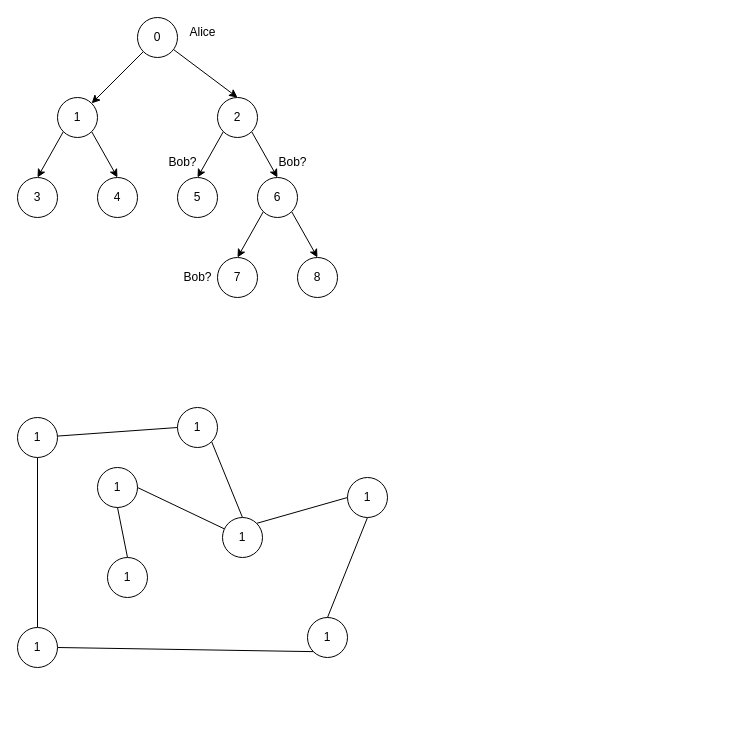
Before: leetcode/graph.drawio in Igorok/algorithms-js, a draw.io diagram. Source tidied: cells renumbered, new cells numbered last; positions are measured from the earlier drawing's top-left corner, leaving out a move shared by most shapes. Both pictures are drawn from the tidied source at 100%, with x=0, y=0 at pixel (17, 17).
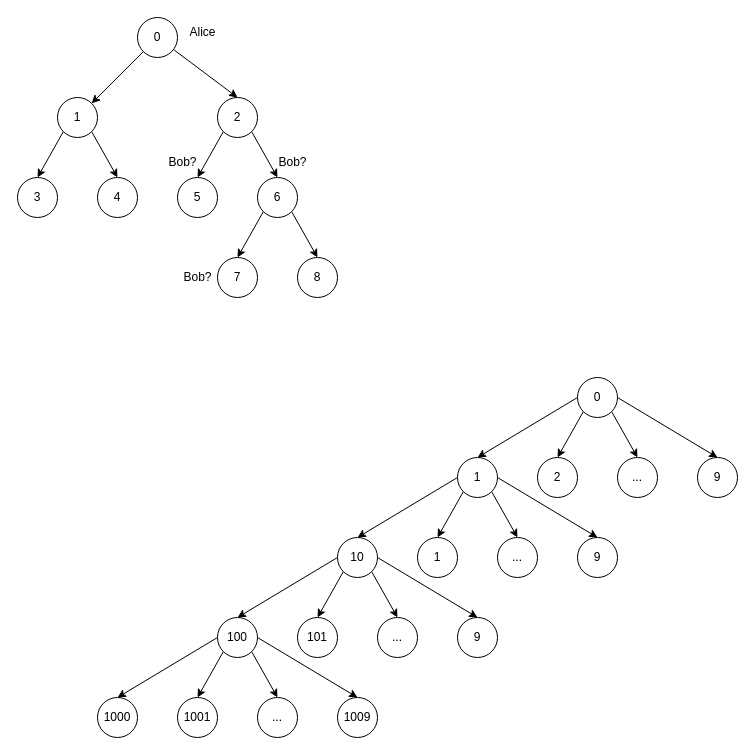
The same page after the edit.

Diff of the diagram source:
```diff
@@
-    <mxCell id="23" style="edgeStyle=none;html=1;entryX=0;entryY=0.5;entryDx=0;entryDy=0;endArrow=none;endFill=0;" parent="1" edge="1" source="25" target="28">
-      <mxGeometry relative="1" as="geometry" />
-    </mxCell>
-    <mxCell id="24" style="edgeStyle=none;html=1;exitX=0.5;exitY=1;exitDx=0;exitDy=0;entryX=0.5;entryY=0;entryDx=0;entryDy=0;endArrow=none;endFill=0;" parent="1" edge="1" source="25" target="30">
-      <mxGeometry relative="1" as="geometry" />
-    </mxCell>
-    <mxCell id="25" value="1" style="ellipse;whiteSpace=wrap;html=1;" parent="1" vertex="1">
-      <mxGeometry y="400" width="40" height="40" as="geometry" />
-    </mxCell>
-    <mxCell id="26" value="1" style="ellipse;whiteSpace=wrap;html=1;" parent="1" vertex="1">
-      <mxGeometry x="80" y="450" width="40" height="40" as="geometry" />
-    </mxCell>
-    <mxCell id="27" style="edgeStyle=none;html=1;exitX=1;exitY=1;exitDx=0;exitDy=0;entryX=0.5;entryY=0;entryDx=0;entryDy=0;endArrow=none;endFill=0;" parent="1" edge="1" source="28" target="33">
-      <mxGeometry relative="1" as="geometry" />
-    </mxCell>
-    <mxCell id="28" value="1" style="ellipse;whiteSpace=wrap;html=1;" parent="1" vertex="1">
-      <mxGeometry x="160" y="390" width="40" height="40" as="geometry" />
-    </mxCell>
+    <mxCell id="39" style="edgeStyle=none;html=1;exitX=0;exitY=0.5;exitDx=0;exitDy=0;entryX=0.5;entryY=0;entryDx=0;entryDy=0;" parent="1" edge="1" source="29">
+      <mxGeometry relative="1" as="geometry">
+        <mxPoint x="460" y="440" as="targetPoint" />
+      </mxGeometry>
+    </mxCell>
+    <mxCell id="40" style="edgeStyle=none;html=1;exitX=0;exitY=1;exitDx=0;exitDy=0;entryX=0.5;entryY=0;entryDx=0;entryDy=0;" parent="1" edge="1" source="29" target="43">
+      <mxGeometry relative="1" as="geometry" />
+    </mxCell>
+    <mxCell id="41" style="edgeStyle=none;html=1;exitX=1;exitY=1;exitDx=0;exitDy=0;entryX=0.5;entryY=0;entryDx=0;entryDy=0;" parent="1" edge="1" source="29" target="44">
+      <mxGeometry relative="1" as="geometry" />
+    </mxCell>
+    <mxCell id="42" style="edgeStyle=none;html=1;entryX=0.5;entryY=0;entryDx=0;entryDy=0;exitX=1;exitY=0.5;exitDx=0;exitDy=0;" parent="1" edge="1" source="29" target="45">
+      <mxGeometry relative="1" as="geometry" />
+    </mxCell>
-    <mxCell id="29" style="edgeStyle=none;html=1;exitX=1;exitY=0.5;exitDx=0;exitDy=0;entryX=0;entryY=1;entryDx=0;entryDy=0;endArrow=none;endFill=0;" parent="1" edge="1" source="30" target="36">
-      <mxGeometry relative="1" as="geometry" />
+    <mxCell id="29" value="0" style="ellipse;whiteSpace=wrap;html=1;" parent="1" vertex="1">
+      <mxGeometry x="560" y="360" width="40" height="40" as="geometry" />
     </mxCell>
-    <mxCell id="30" value="1" style="ellipse;whiteSpace=wrap;html=1;" parent="1" vertex="1">
-      <mxGeometry y="610" width="40" height="40" as="geometry" />
-    </mxCell>
-    <mxCell id="31" style="edgeStyle=none;html=1;entryX=1;entryY=0.5;entryDx=0;entryDy=0;endArrow=none;endFill=0;" parent="1" edge="1" source="33" target="26">
-      <mxGeometry relative="1" as="geometry" />
-    </mxCell>
-    <mxCell id="32" style="edgeStyle=none;html=1;exitX=1;exitY=0;exitDx=0;exitDy=0;entryX=0;entryY=0.5;entryDx=0;entryDy=0;endArrow=none;endFill=0;" parent="1" edge="1" source="33" target="38">
-      <mxGeometry relative="1" as="geometry" />
-    </mxCell>
-    <mxCell id="33" value="1" style="ellipse;whiteSpace=wrap;html=1;" parent="1" vertex="1">
-      <mxGeometry x="205" y="500" width="40" height="40" as="geometry" />
-    </mxCell>
-    <mxCell id="34" style="edgeStyle=none;html=1;exitX=0.5;exitY=0;exitDx=0;exitDy=0;entryX=0.5;entryY=1;entryDx=0;entryDy=0;endArrow=none;endFill=0;" parent="1" edge="1" source="35" target="26">
-      <mxGeometry relative="1" as="geometry" />
-    </mxCell>
-    <mxCell id="35" value="1" style="ellipse;whiteSpace=wrap;html=1;" parent="1" vertex="1">
-      <mxGeometry x="90" y="540" width="40" height="40" as="geometry" />
-    </mxCell>
-    <mxCell id="36" value="1" style="ellipse;whiteSpace=wrap;html=1;" parent="1" vertex="1">
-      <mxGeometry x="290" y="600" width="40" height="40" as="geometry" />
-    </mxCell>
-    <mxCell id="37" style="edgeStyle=none;html=1;exitX=0.5;exitY=1;exitDx=0;exitDy=0;entryX=0.5;entryY=0;entryDx=0;entryDy=0;endArrow=none;endFill=0;" parent="1" edge="1" source="38" target="36">
-      <mxGeometry relative="1" as="geometry" />
-    </mxCell>
-    <mxCell id="38" value="1" style="ellipse;whiteSpace=wrap;html=1;" parent="1" vertex="1">
-      <mxGeometry x="330" y="460" width="40" height="40" as="geometry" />
-    </mxCell>
+    <mxCell id="43" value="2" style="ellipse;whiteSpace=wrap;html=1;" parent="1" vertex="1">
+      <mxGeometry x="520" y="440" width="40" height="40" as="geometry" />
+    </mxCell>
+    <mxCell id="44" value="..." style="ellipse;whiteSpace=wrap;html=1;" parent="1" vertex="1">
+      <mxGeometry x="600" y="440" width="40" height="40" as="geometry" />
+    </mxCell>
+    <mxCell id="45" value="9" style="ellipse;whiteSpace=wrap;html=1;" parent="1" vertex="1">
+      <mxGeometry x="680" y="440" width="40" height="40" as="geometry" />
+    </mxCell>
+    <mxCell id="46" style="edgeStyle=none;html=1;exitX=0;exitY=0.5;exitDx=0;exitDy=0;entryX=0.5;entryY=0;entryDx=0;entryDy=0;" parent="1" edge="1" source="50">
+      <mxGeometry relative="1" as="geometry">
+        <mxPoint x="340" y="520" as="targetPoint" />
+      </mxGeometry>
+    </mxCell>
+    <mxCell id="47" style="edgeStyle=none;html=1;exitX=0;exitY=1;exitDx=0;exitDy=0;entryX=0.5;entryY=0;entryDx=0;entryDy=0;" parent="1" edge="1" source="50" target="51">
+      <mxGeometry relative="1" as="geometry" />
+    </mxCell>
+    <mxCell id="48" style="edgeStyle=none;html=1;exitX=1;exitY=1;exitDx=0;exitDy=0;entryX=0.5;entryY=0;entryDx=0;entryDy=0;" parent="1" edge="1" source="50" target="52">
+      <mxGeometry relative="1" as="geometry" />
+    </mxCell>
+    <mxCell id="49" style="edgeStyle=none;html=1;entryX=0.5;entryY=0;entryDx=0;entryDy=0;exitX=1;exitY=0.5;exitDx=0;exitDy=0;" parent="1" edge="1" source="50">
+      <mxGeometry relative="1" as="geometry">
+        <mxPoint x="580" y="520" as="targetPoint" />
+      </mxGeometry>
+    </mxCell>
+    <mxCell id="50" value="1" style="ellipse;whiteSpace=wrap;html=1;" parent="1" vertex="1">
+      <mxGeometry x="440" y="440" width="40" height="40" as="geometry" />
+    </mxCell>
+    <mxCell id="51" value="1" style="ellipse;whiteSpace=wrap;html=1;" parent="1" vertex="1">
+      <mxGeometry x="400" y="520" width="40" height="40" as="geometry" />
+    </mxCell>
+    <mxCell id="52" value="..." style="ellipse;whiteSpace=wrap;html=1;" parent="1" vertex="1">
+      <mxGeometry x="480" y="520" width="40" height="40" as="geometry" />
+    </mxCell>
+    <mxCell id="53" value="9" style="ellipse;whiteSpace=wrap;html=1;" parent="1" vertex="1">
+      <mxGeometry x="560" y="520" width="40" height="40" as="geometry" />
+    </mxCell>
+    <mxCell id="54" style="edgeStyle=none;html=1;exitX=0;exitY=0.5;exitDx=0;exitDy=0;entryX=0.5;entryY=0;entryDx=0;entryDy=0;" parent="1" edge="1" source="58">
+      <mxGeometry relative="1" as="geometry">
+        <mxPoint x="220" y="600" as="targetPoint" />
+      </mxGeometry>
+    </mxCell>
+    <mxCell id="55" style="edgeStyle=none;html=1;exitX=0;exitY=1;exitDx=0;exitDy=0;entryX=0.5;entryY=0;entryDx=0;entryDy=0;" parent="1" edge="1" source="58" target="59">
+      <mxGeometry relative="1" as="geometry" />
+    </mxCell>
+    <mxCell id="56" style="edgeStyle=none;html=1;exitX=1;exitY=1;exitDx=0;exitDy=0;entryX=0.5;entryY=0;entryDx=0;entryDy=0;" parent="1" edge="1" source="58" target="60">
+      <mxGeometry relative="1" as="geometry" />
+    </mxCell>
+    <mxCell id="57" style="edgeStyle=none;html=1;entryX=0.5;entryY=0;entryDx=0;entryDy=0;exitX=1;exitY=0.5;exitDx=0;exitDy=0;" parent="1" edge="1" source="58" target="61">
+      <mxGeometry relative="1" as="geometry" />
+    </mxCell>
+    <mxCell id="58" value="10" style="ellipse;whiteSpace=wrap;html=1;" parent="1" vertex="1">
+      <mxGeometry x="320" y="520" width="40" height="40" as="geometry" />
+    </mxCell>
+    <mxCell id="59" value="101" style="ellipse;whiteSpace=wrap;html=1;" parent="1" vertex="1">
+      <mxGeometry x="280" y="600" width="40" height="40" as="geometry" />
+    </mxCell>
+    <mxCell id="60" value="..." style="ellipse;whiteSpace=wrap;html=1;" parent="1" vertex="1">
+      <mxGeometry x="360" y="600" width="40" height="40" as="geometry" />
+    </mxCell>
+    <mxCell id="61" value="9" style="ellipse;whiteSpace=wrap;html=1;" parent="1" vertex="1">
+      <mxGeometry x="440" y="600" width="40" height="40" as="geometry" />
+    </mxCell>
+    <mxCell id="62" value="1000" style="ellipse;whiteSpace=wrap;html=1;" parent="1" vertex="1">
+      <mxGeometry x="80" y="680" width="40" height="40" as="geometry" />
+    </mxCell>
+    <mxCell id="63" style="edgeStyle=none;html=1;exitX=0;exitY=0.5;exitDx=0;exitDy=0;entryX=0.5;entryY=0;entryDx=0;entryDy=0;" parent="1" edge="1" source="67" target="62">
+      <mxGeometry relative="1" as="geometry" />
+    </mxCell>
+    <mxCell id="64" style="edgeStyle=none;html=1;exitX=0;exitY=1;exitDx=0;exitDy=0;entryX=0.5;entryY=0;entryDx=0;entryDy=0;" parent="1" edge="1" source="67" target="68">
+      <mxGeometry relative="1" as="geometry" />
+    </mxCell>
+    <mxCell id="65" style="edgeStyle=none;html=1;exitX=1;exitY=1;exitDx=0;exitDy=0;entryX=0.5;entryY=0;entryDx=0;entryDy=0;" parent="1" edge="1" source="67" target="69">
+      <mxGeometry relative="1" as="geometry" />
+    </mxCell>
+    <mxCell id="66" style="edgeStyle=none;html=1;entryX=0.5;entryY=0;entryDx=0;entryDy=0;exitX=1;exitY=0.5;exitDx=0;exitDy=0;" parent="1" edge="1" source="67" target="70">
+      <mxGeometry relative="1" as="geometry" />
+    </mxCell>
+    <mxCell id="67" value="100" style="ellipse;whiteSpace=wrap;html=1;" parent="1" vertex="1">
+      <mxGeometry x="200" y="600" width="40" height="40" as="geometry" />
+    </mxCell>
+    <mxCell id="68" value="1001" style="ellipse;whiteSpace=wrap;html=1;" parent="1" vertex="1">
+      <mxGeometry x="160" y="680" width="40" height="40" as="geometry" />
+    </mxCell>
+    <mxCell id="69" value="..." style="ellipse;whiteSpace=wrap;html=1;" parent="1" vertex="1">
+      <mxGeometry x="240" y="680" width="40" height="40" as="geometry" />
+    </mxCell>
+    <mxCell id="70" value="1009" style="ellipse;whiteSpace=wrap;html=1;" parent="1" vertex="1">
+      <mxGeometry x="320" y="680" width="40" height="40" as="geometry" />
+    </mxCell>
```
